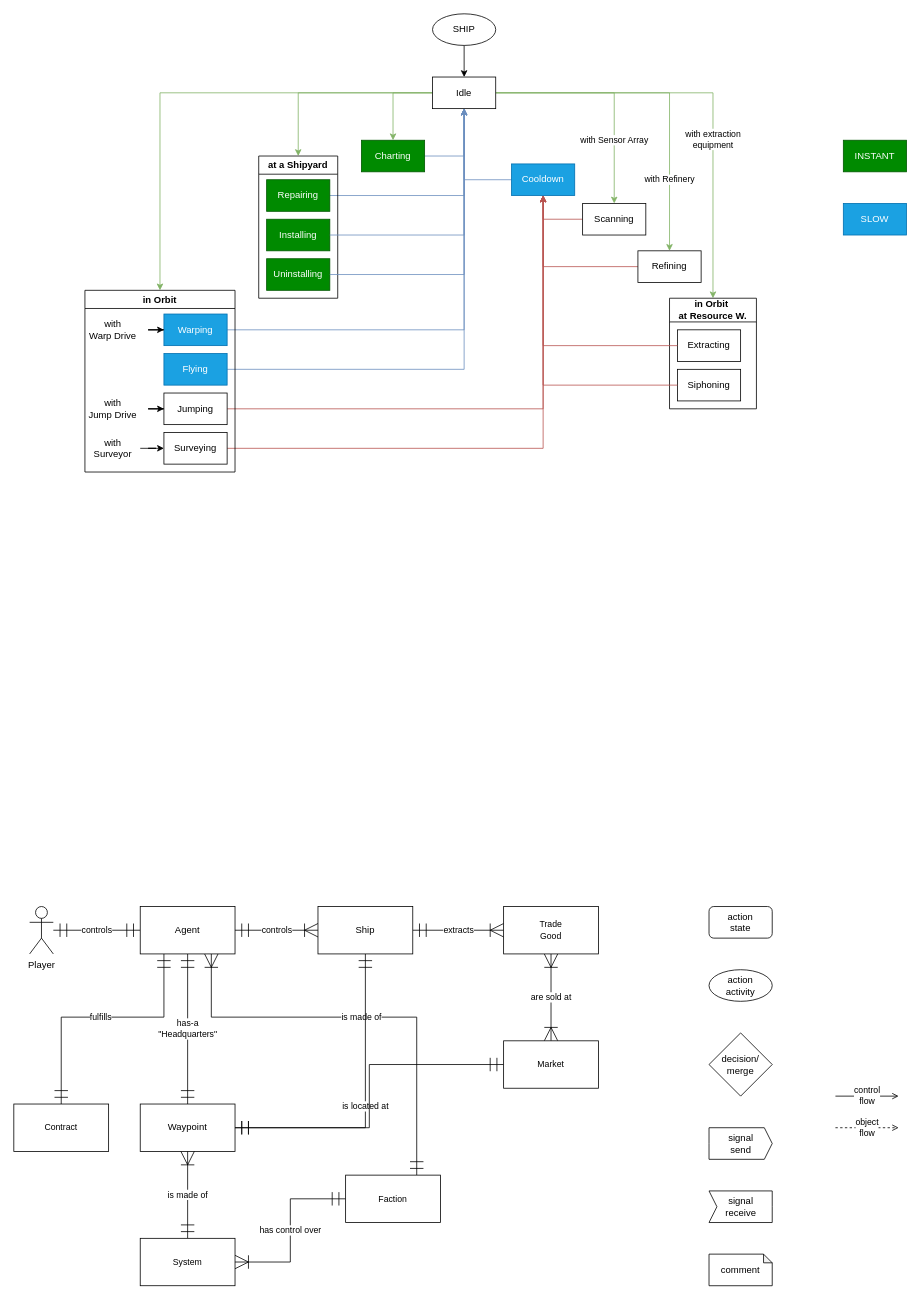
zgrow/misc_bucket keeps this draw.io diagram as spacetraders-action-flow.drawio. Above is the earlier version. Source tidied: cells renumbered, new cells numbered last; positions are measured from the earlier drawing's top-left corner, leaving out a move shared by most shapes. Both pictures are drawn from the tidied source at 79%, with x=0, y=0 at pixel (13, 13).
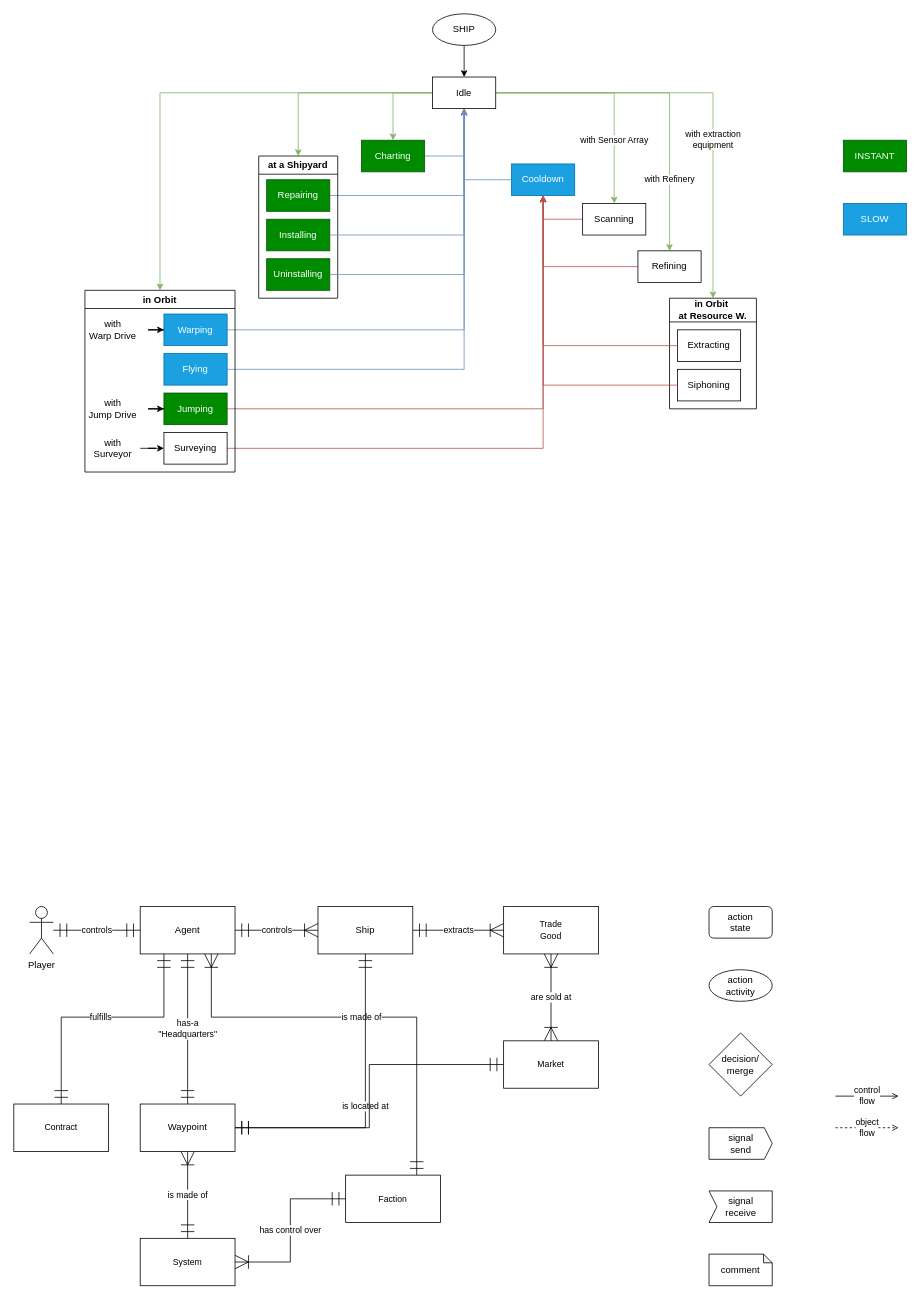
Above is the later version.

The change refers to these unchanged cells:
```xml
<mxCell id="54" value="in Orbit" style="swimlane;whiteSpace=wrap;html=1;" parent="1" vertex="1">
  <mxGeometry x="90" y="350" width="190" height="230" as="geometry" />
</mxCell>
```

Diff of the diagram source:
```diff
@@
-    <mxCell id="55" value="Jumping" style="rounded=0;whiteSpace=wrap;html=1;" parent="54" vertex="1">
+    <mxCell id="55" value="Jumping" style="rounded=0;whiteSpace=wrap;html=1;fillColor=#008a00;fontColor=#ffffff;strokeColor=#005700;" parent="54" vertex="1">
       <mxGeometry x="100" y="130" width="80" height="40" as="geometry" />
     </mxCell>
```
